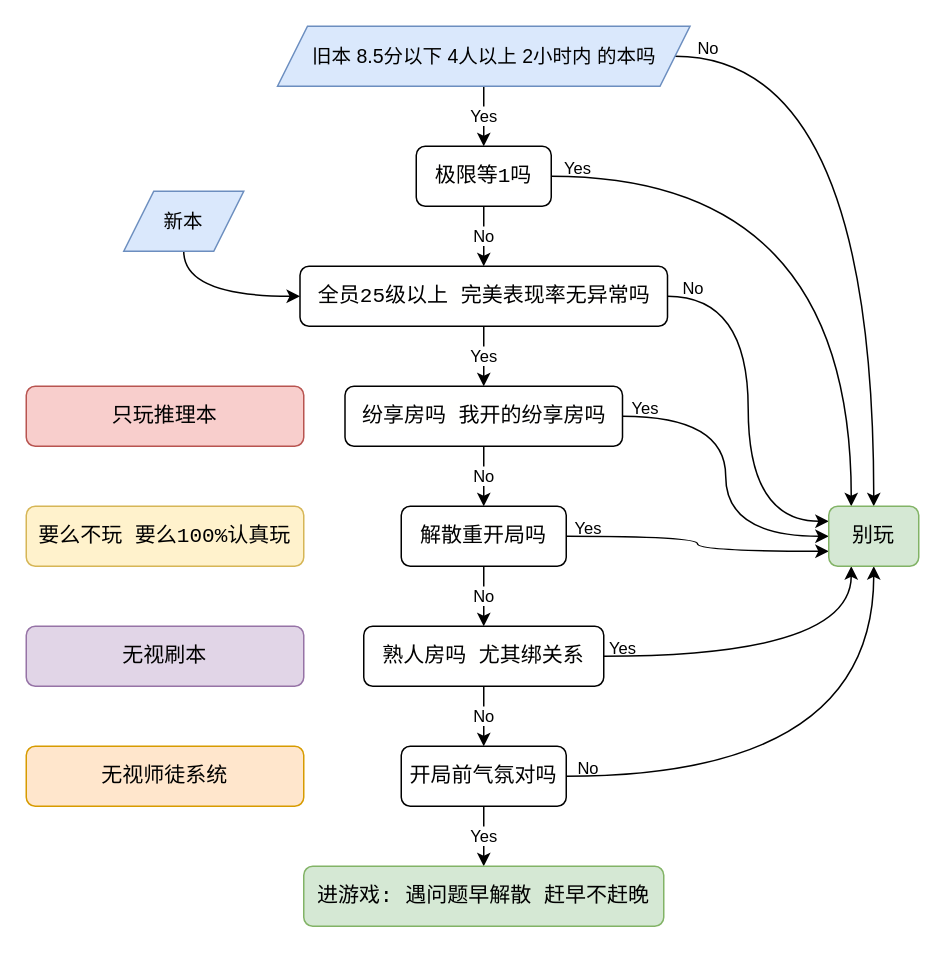
This is 百变打本想有好体验的注意点.drawio from luboq/draw.io, a draw.io file, before an edit. Source tidied: cells renumbered, new cells numbered last; positions are measured from the earlier drawing's top-left corner, leaving out a move shared by most shapes. Both pictures are drawn from the tidied source at 150%, with x=0, y=0 at pixel (26, 26).
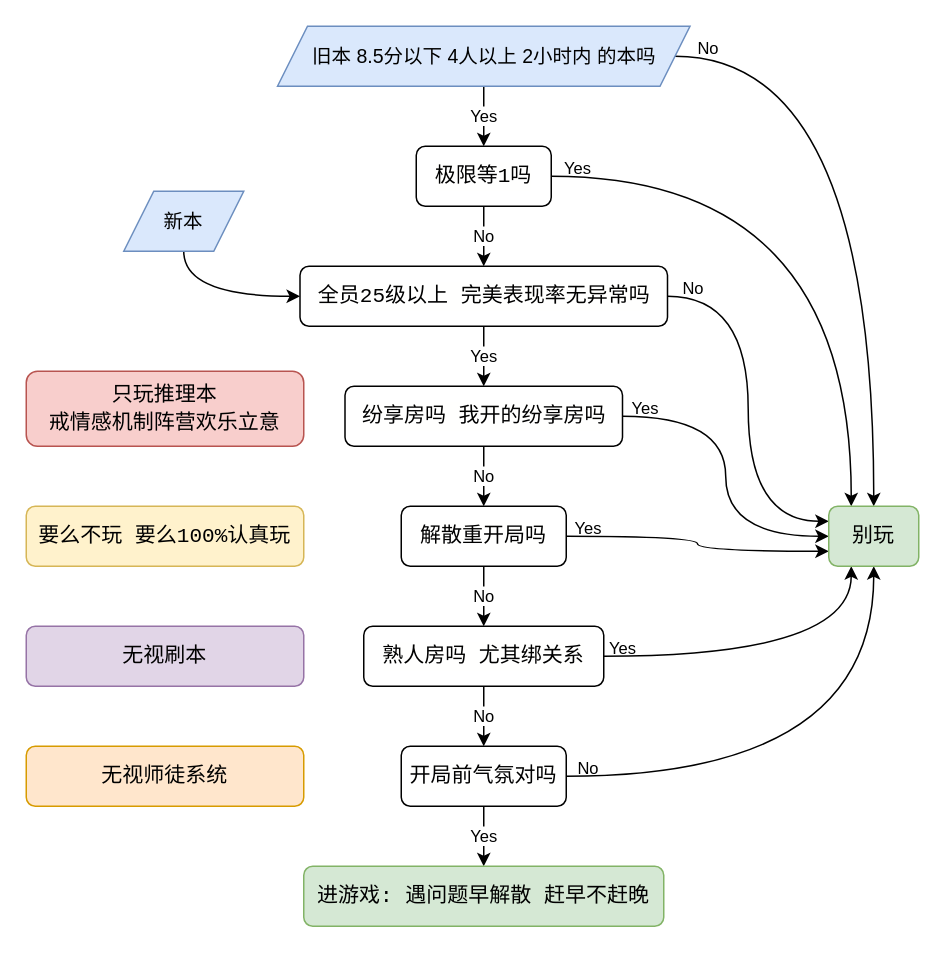
The same page after the edit.

Commit message (it also covers changes not shown here):
更新百变打本想有好体验的注意点.drawio

Change to the diagram source:
```diff
@@
-    <mxCell id="37" value="&lt;div style=&quot;line-height: 19px; font-size: 14px; font-family: Consolas, &amp;quot;Courier New&amp;quot;, monospace;&quot;&gt;&lt;font face=&quot;Consolas, Courier New, monospace&quot;&gt;只玩推理本&lt;/font&gt;&lt;br&gt;&lt;/div&gt;" style="rounded=1;whiteSpace=wrap;html=1;fontSize=12;glass=0;strokeWidth=1;shadow=0;fillColor=#f8cecc;strokeColor=#b85450;labelBackgroundColor=none;labelBorderColor=none;" parent="1" vertex="1">
-      <mxGeometry y="240" width="185" height="40" as="geometry" />
+    <mxCell id="37" value="&lt;div style=&quot;line-height: 19px; font-size: 14px; font-family: Consolas, &amp;quot;Courier New&amp;quot;, monospace;&quot;&gt;&lt;font face=&quot;Consolas, Courier New, monospace&quot;&gt;只玩推理本&lt;/font&gt;&lt;br&gt;&lt;/div&gt;&lt;div style=&quot;line-height: 19px; font-size: 14px; font-family: Consolas, &amp;quot;Courier New&amp;quot;, monospace;&quot;&gt;&lt;font style=&quot;&quot; face=&quot;Consolas, Courier New, monospace&quot;&gt;戒情感机制阵营欢乐立意&lt;br&gt;&lt;/font&gt;&lt;/div&gt;" style="rounded=1;whiteSpace=wrap;html=1;fontSize=12;glass=0;strokeWidth=1;shadow=0;fillColor=#f8cecc;strokeColor=#b85450;labelBackgroundColor=none;labelBorderColor=none;" parent="1" vertex="1">
+      <mxGeometry y="230" width="185" height="50" as="geometry" />
     </mxCell>
```
